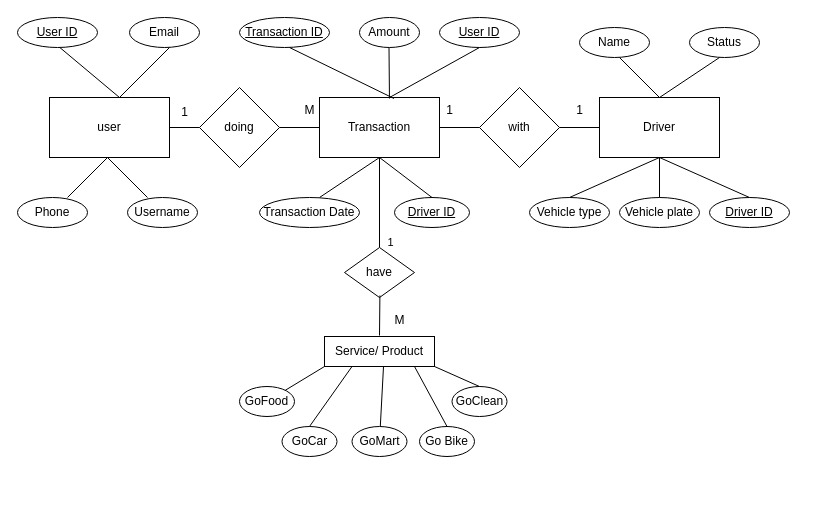
Above: Untitled Diagram.drawio in Binaaa04/jobsheet7 (draw.io), before the change. Source tidied: cells renumbered, new cells numbered last; positions are measured from the earlier drawing's top-left corner, leaving out a move shared by most shapes. Both pictures are drawn from the tidied source at 100%, with x=0, y=0 at pixel (17, 17).
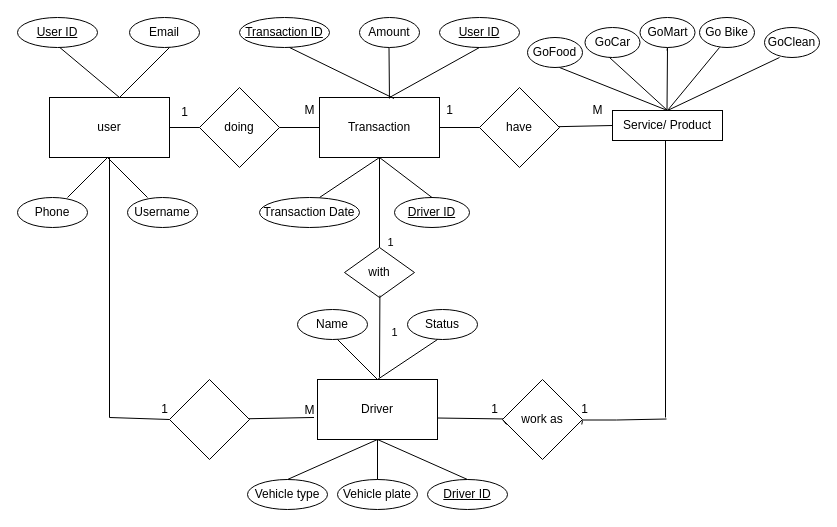
Above is the later version.

Diff of the diagram source:
```diff
@@
-    <mxCell id="3" value="Driver" style="rounded=0;whiteSpace=wrap;html=1;" parent="1" vertex="1">
-      <mxGeometry x="582" y="80" width="120" height="60" as="geometry" />
-    </mxCell>
@@
-    <mxCell id="6" value="with" style="rhombus;whiteSpace=wrap;html=1;" parent="1" vertex="1">
+    <mxCell id="6" value="have" style="rhombus;whiteSpace=wrap;html=1;" parent="1" vertex="1">
       <mxGeometry x="462" y="70" width="80" height="80" as="geometry" />
     </mxCell>
@@
-    <mxCell id="10" style="endArrow=none;html=1;rounded=0;" parent="1" edge="1" source="6">
-      <mxGeometry relative="1" as="geometry">
-        <mxPoint x="582" y="110" as="targetPoint" />
-      </mxGeometry>
+    <mxCell id="10" style="endArrow=none;html=1;rounded=0;entryX=0;entryY=0.5;entryDx=0;entryDy=0;" parent="1" edge="1" source="6" target="44">
+      <mxGeometry relative="1" as="geometry" />
     </mxCell>
@@
-    <mxCell id="30" value="Status" style="ellipse;whiteSpace=wrap;html=1;" parent="1" vertex="1">
-      <mxGeometry x="672" y="10" width="70" height="30" as="geometry" />
-    </mxCell>
-    <mxCell id="31" value="Name" style="ellipse;whiteSpace=wrap;html=1;" parent="1" vertex="1">
-      <mxGeometry x="562" y="10" width="70" height="30" as="geometry" />
-    </mxCell>
-    <mxCell id="32" value="Vehicle type" style="ellipse;whiteSpace=wrap;html=1;" parent="1" vertex="1">
-      <mxGeometry x="512" y="180" width="80" height="30" as="geometry" />
-    </mxCell>
-    <mxCell id="33" value="Vehicle plate" style="ellipse;whiteSpace=wrap;html=1;" parent="1" vertex="1">
-      <mxGeometry x="602" y="180" width="80" height="30" as="geometry" />
-    </mxCell>
-    <mxCell id="34" value="&lt;u&gt;Driver ID&lt;/u&gt;" style="ellipse;whiteSpace=wrap;html=1;" parent="1" vertex="1">
-      <mxGeometry x="692" y="180" width="80" height="30" as="geometry" />
-    </mxCell>
-    <mxCell id="35" style="endArrow=none;html=1;rounded=0;entryX=0.5;entryY=1;entryDx=0;entryDy=0;exitX=0.5;exitY=0;exitDx=0;exitDy=0;" parent="1" edge="1" source="32" target="3">
-      <mxGeometry relative="1" as="geometry" />
-    </mxCell>
-    <mxCell id="36" style="endArrow=none;html=1;rounded=0;exitX=0.5;exitY=0;exitDx=0;exitDy=0;" parent="1" edge="1" source="34">
-      <mxGeometry relative="1" as="geometry">
-        <mxPoint x="642" y="140" as="targetPoint" />
-      </mxGeometry>
-    </mxCell>
-    <mxCell id="37" style="endArrow=none;html=1;rounded=0;exitX=0.5;exitY=0;exitDx=0;exitDy=0;" parent="1" edge="1" source="33">
-      <mxGeometry relative="1" as="geometry">
-        <mxPoint x="642" y="140" as="targetPoint" />
-      </mxGeometry>
-    </mxCell>
-    <mxCell id="38" style="endArrow=none;html=1;rounded=0;" parent="1" edge="1">
-      <mxGeometry relative="1" as="geometry">
-        <mxPoint x="642" y="80" as="sourcePoint" />
-        <mxPoint x="702" y="40" as="targetPoint" />
-      </mxGeometry>
-    </mxCell>
-    <mxCell id="39" style="endArrow=none;html=1;rounded=0;exitX=0.5;exitY=0;exitDx=0;exitDy=0;" parent="1" edge="1" source="3">
-      <mxGeometry relative="1" as="geometry">
-        <mxPoint x="602" y="40" as="targetPoint" />
-      </mxGeometry>
-    </mxCell>
@@
-    <mxCell id="42" value="have" style="rhombus;whiteSpace=wrap;html=1;" parent="1" vertex="1">
+    <mxCell id="42" value="with" style="rhombus;whiteSpace=wrap;html=1;" parent="1" vertex="1">
       <mxGeometry x="327" y="230" width="70" height="50" as="geometry" />
     </mxCell>
     <mxCell id="43" style="endArrow=none;html=1;rounded=0;" parent="1" edge="1">
       <mxGeometry relative="1" as="geometry">
-        <mxPoint x="362" y="318" as="sourcePoint" />
+        <mxPoint x="362" y="360" as="sourcePoint" />
         <mxPoint x="362.4" y="278" as="targetPoint" />
       </mxGeometry>
     </mxCell>
     <mxCell id="44" value="Service/ Product" style="rounded=0;whiteSpace=wrap;html=1;" parent="1" vertex="1">
-      <mxGeometry x="307" y="319" width="110" height="30" as="geometry" />
+      <mxGeometry x="595" y="93" width="110" height="30" as="geometry" />
     </mxCell>
     <mxCell id="45" value="GoFood" style="ellipse;whiteSpace=wrap;html=1;" parent="1" vertex="1">
-      <mxGeometry x="222" y="369" width="55" height="30" as="geometry" />
+      <mxGeometry x="510" y="20" width="55" height="30" as="geometry" />
     </mxCell>
     <mxCell id="46" value="GoClean" style="ellipse;whiteSpace=wrap;html=1;" parent="1" vertex="1">
-      <mxGeometry x="434.5" y="369" width="55" height="30" as="geometry" />
+      <mxGeometry x="747" y="10" width="55" height="30" as="geometry" />
     </mxCell>
     <mxCell id="47" value="GoCar" style="ellipse;whiteSpace=wrap;html=1;" parent="1" vertex="1">
-      <mxGeometry x="264.5" y="409" width="55" height="30" as="geometry" />
+      <mxGeometry x="567.5" y="10" width="55" height="30" as="geometry" />
     </mxCell>
-    <mxCell id="48" value="GoMart" style="ellipse;whiteSpace=wrap;html=1;" parent="1" vertex="1">
-      <mxGeometry x="334.5" y="409" width="55" height="30" as="geometry" />
-    </mxCell>
     <mxCell id="49" value="Go Bike" style="ellipse;whiteSpace=wrap;html=1;" parent="1" vertex="1">
-      <mxGeometry x="402" y="409" width="55" height="30" as="geometry" />
+      <mxGeometry x="682" width="55" height="30" as="geometry" />
     </mxCell>
-    <mxCell id="50" style="endArrow=none;html=1;rounded=0;" parent="1" edge="1" source="45">
+    <mxCell id="50" style="endArrow=none;html=1;rounded=0;exitX=0.5;exitY=0;exitDx=0;exitDy=0;" parent="1" edge="1" source="44">
       <mxGeometry relative="1" as="geometry">
-        <mxPoint x="307" y="349" as="targetPoint" />
+        <mxPoint x="542" y="50" as="targetPoint" />
       </mxGeometry>
     </mxCell>
-    <mxCell id="51" style="endArrow=none;html=1;rounded=0;entryX=0.25;entryY=1;entryDx=0;entryDy=0;exitX=0.5;exitY=0;exitDx=0;exitDy=0;" parent="1" edge="1" source="47" target="44">
-      <mxGeometry relative="1" as="geometry" />
+    <mxCell id="51" style="endArrow=none;html=1;rounded=0;exitX=0.5;exitY=0;exitDx=0;exitDy=0;" parent="1" edge="1" source="44">
+      <mxGeometry relative="1" as="geometry">
+        <mxPoint x="592" y="40" as="targetPoint" />
+      </mxGeometry>
     </mxCell>
     <mxCell id="52" style="endArrow=none;html=1;rounded=0;" parent="1" edge="1" source="48">
       <mxGeometry relative="1" as="geometry">
-        <mxPoint x="366" y="349" as="targetPoint" />
+        <mxPoint x="649.5" y="33" as="targetPoint" />
       </mxGeometry>
     </mxCell>
-    <mxCell id="53" style="endArrow=none;html=1;rounded=0;exitX=0.5;exitY=0;exitDx=0;exitDy=0;" parent="1" edge="1" source="49">
+    <mxCell id="53" style="endArrow=none;html=1;rounded=0;exitX=0.5;exitY=0;exitDx=0;exitDy=0;" parent="1" edge="1" source="44">
       <mxGeometry relative="1" as="geometry">
-        <mxPoint x="397" y="349" as="targetPoint" />
+        <mxPoint x="702" y="30" as="targetPoint" />
       </mxGeometry>
     </mxCell>
-    <mxCell id="54" style="endArrow=none;html=1;rounded=0;exitX=0.5;exitY=0;exitDx=0;exitDy=0;" parent="1" edge="1" source="46">
+    <mxCell id="54" style="endArrow=none;html=1;rounded=0;exitX=0.5;exitY=0;exitDx=0;exitDy=0;" parent="1" edge="1" source="44">
       <mxGeometry relative="1" as="geometry">
-        <mxPoint x="417" y="349" as="targetPoint" />
+        <mxPoint x="762" y="40" as="targetPoint" />
       </mxGeometry>
     </mxCell>
@@
-    <mxCell id="58" value="1" style="text;html=1;align=center;verticalAlign=middle;strokeColor=none;fillColor=none;" parent="1" vertex="1">
-      <mxGeometry x="547" y="78" width="30" height="30" as="geometry" />
+    <mxCell id="58" value="M" style="text;html=1;align=center;verticalAlign=middle;strokeColor=none;fillColor=none;rotation=0;" parent="1" vertex="1">
+      <mxGeometry x="565" y="78" width="30" height="30" as="geometry" />
     </mxCell>
-    <mxCell id="59" value="M" style="text;html=1;align=center;verticalAlign=middle;strokeColor=none;fillColor=none;" parent="1" vertex="1">
-      <mxGeometry x="367" y="288" width="30" height="30" as="geometry" />
+    <mxCell id="59" value="&lt;font style=&quot;font-size: 11px;&quot;&gt;1&lt;/font&gt;" style="text;html=1;align=center;verticalAlign=middle;strokeColor=none;fillColor=none;" parent="1" vertex="1">
+      <mxGeometry x="362" y="300" width="30" height="30" as="geometry" />
     </mxCell>
+    <mxCell id="3" value="Driver" style="rounded=0;whiteSpace=wrap;html=1;" parent="1" vertex="1">
+      <mxGeometry x="300" y="362" width="120" height="60" as="geometry" />
+    </mxCell>
+    <mxCell id="30" value="Status" style="ellipse;whiteSpace=wrap;html=1;" parent="1" vertex="1">
+      <mxGeometry x="390" y="292" width="70" height="30" as="geometry" />
+    </mxCell>
+    <mxCell id="31" value="Name" style="ellipse;whiteSpace=wrap;html=1;" parent="1" vertex="1">
+      <mxGeometry x="280" y="292" width="70" height="30" as="geometry" />
+    </mxCell>
+    <mxCell id="32" value="Vehicle type" style="ellipse;whiteSpace=wrap;html=1;" parent="1" vertex="1">
+      <mxGeometry x="230" y="462" width="80" height="30" as="geometry" />
+    </mxCell>
+    <mxCell id="33" value="Vehicle plate" style="ellipse;whiteSpace=wrap;html=1;" parent="1" vertex="1">
+      <mxGeometry x="320" y="462" width="80" height="30" as="geometry" />
+    </mxCell>
+    <mxCell id="34" value="&lt;u&gt;Driver ID&lt;/u&gt;" style="ellipse;whiteSpace=wrap;html=1;" parent="1" vertex="1">
+      <mxGeometry x="410" y="462" width="80" height="30" as="geometry" />
+    </mxCell>
+    <mxCell id="35" style="endArrow=none;html=1;rounded=0;entryX=0.5;entryY=1;entryDx=0;entryDy=0;exitX=0.5;exitY=0;exitDx=0;exitDy=0;" parent="1" edge="1" source="32" target="3">
+      <mxGeometry relative="1" as="geometry" />
+    </mxCell>
+    <mxCell id="60" style="endArrow=none;html=1;rounded=0;exitX=0.5;exitY=0;exitDx=0;exitDy=0;" parent="1" edge="1" source="34">
+      <mxGeometry relative="1" as="geometry">
+        <mxPoint x="360" y="422" as="targetPoint" />
+      </mxGeometry>
+    </mxCell>
+    <mxCell id="61" style="endArrow=none;html=1;rounded=0;exitX=0.5;exitY=0;exitDx=0;exitDy=0;" parent="1" edge="1" source="33">
+      <mxGeometry relative="1" as="geometry">
+        <mxPoint x="360" y="422" as="targetPoint" />
+      </mxGeometry>
+    </mxCell>
+    <mxCell id="62" style="endArrow=none;html=1;rounded=0;" parent="1" edge="1">
+      <mxGeometry relative="1" as="geometry">
+        <mxPoint x="360" y="362" as="sourcePoint" />
+        <mxPoint x="420" y="322" as="targetPoint" />
+      </mxGeometry>
+    </mxCell>
+    <mxCell id="63" style="endArrow=none;html=1;rounded=0;exitX=0.5;exitY=0;exitDx=0;exitDy=0;" parent="1" edge="1" source="3">
+      <mxGeometry relative="1" as="geometry">
+        <mxPoint x="320" y="322" as="targetPoint" />
+      </mxGeometry>
+    </mxCell>
+    <mxCell id="64" style="endArrow=none;html=1;rounded=0;" parent="1" edge="1">
+      <mxGeometry relative="1" as="geometry">
+        <mxPoint x="92" y="400" as="sourcePoint" />
+        <mxPoint x="92" y="140" as="targetPoint" />
+      </mxGeometry>
+    </mxCell>
+    <mxCell id="65" style="endArrow=none;html=1;rounded=0;entryX=-0.029;entryY=0.633;entryDx=0;entryDy=0;entryPerimeter=0;" parent="1" edge="1" source="67" target="3">
+      <mxGeometry relative="1" as="geometry" />
+    </mxCell>
+    <mxCell id="66" style="endArrow=none;html=1;rounded=0;entryX=0;entryY=0.5;entryDx=0;entryDy=0;" parent="1" edge="1" target="67">
+      <mxGeometry relative="1" as="geometry">
+        <mxPoint x="92" y="400" as="sourcePoint" />
+      </mxGeometry>
+    </mxCell>
+    <mxCell id="67" style="rhombus;whiteSpace=wrap;html=1;" parent="1" vertex="1">
+      <mxGeometry x="152" y="362" width="80" height="80" as="geometry" />
+    </mxCell>
+    <mxCell id="68" value="1" style="text;html=1;align=center;verticalAlign=middle;strokeColor=none;fillColor=none;" parent="1" vertex="1">
+      <mxGeometry x="132" y="377" width="30" height="30" as="geometry" />
+    </mxCell>
+    <mxCell id="69" value="M" style="text;html=1;align=center;verticalAlign=middle;strokeColor=none;fillColor=none;" parent="1" vertex="1">
+      <mxGeometry x="277" y="378" width="30" height="30" as="geometry" />
+    </mxCell>
+    <mxCell id="70" style="endArrow=none;html=1;rounded=0;" parent="1" edge="1" target="48">
+      <mxGeometry relative="1" as="geometry">
+        <mxPoint x="649.5" y="93" as="sourcePoint" />
+      </mxGeometry>
+    </mxCell>
+    <mxCell id="48" value="GoMart" style="ellipse;whiteSpace=wrap;html=1;" parent="1" vertex="1">
+      <mxGeometry x="622.5" width="55" height="30" as="geometry" />
+    </mxCell>
+    <mxCell id="71" style="endArrow=none;html=1;rounded=0;" parent="1" edge="1">
+      <mxGeometry relative="1" as="geometry">
+        <mxPoint x="648" y="400" as="sourcePoint" />
+        <mxPoint x="648" y="123" as="targetPoint" />
+      </mxGeometry>
+    </mxCell>
+    <mxCell id="72" style="endArrow=none;html=1;rounded=0;entryX=1.004;entryY=0.642;entryDx=0;entryDy=0;entryPerimeter=0;" parent="1" edge="1" source="74" target="3">
+      <mxGeometry relative="1" as="geometry" />
+    </mxCell>
+    <mxCell id="73" style="endArrow=none;html=1;rounded=0;entryX=0;entryY=0.5;entryDx=0;entryDy=0;" parent="1" edge="1" source="76" target="74">
+      <mxGeometry relative="1" as="geometry" />
+    </mxCell>
+    <mxCell id="74" value="work as" style="rhombus;whiteSpace=wrap;html=1;" parent="1" vertex="1">
+      <mxGeometry x="485" y="362" width="80" height="80" as="geometry" />
+    </mxCell>
+    <mxCell id="75" style="endArrow=none;html=1;rounded=0;entryX=-0.167;entryY=1;entryDx=0;entryDy=0;entryPerimeter=0;" parent="1" edge="1" source="78">
+      <mxGeometry relative="1" as="geometry">
+        <mxPoint x="565" y="403" as="targetPoint" />
+      </mxGeometry>
+    </mxCell>
+    <mxCell id="76" value="1" style="text;html=1;align=center;verticalAlign=middle;points=[];strokeColor=none;fillColor=none;" parent="1" vertex="1">
+      <mxGeometry x="462" y="377" width="30" height="30" as="geometry" />
+    </mxCell>
+    <mxCell id="77" style="endArrow=none;html=1;rounded=0;entryX=0.533;entryY=0.9;entryDx=0;entryDy=0;entryPerimeter=0;" parent="1" edge="1">
+      <mxGeometry relative="1" as="geometry">
+        <mxPoint x="649" y="401.5" as="sourcePoint" />
+        <mxPoint x="565" y="402.5" as="targetPoint" />
+        <Array as="points">
+          <mxPoint x="599" y="402.5" />
+        </Array>
+      </mxGeometry>
+    </mxCell>
+    <mxCell id="78" value="1" style="text;html=1;align=center;verticalAlign=middle;points=[];strokeColor=none;fillColor=none;" parent="1" vertex="1">
+      <mxGeometry x="552" y="377" width="30" height="30" as="geometry" />
+    </mxCell>
```
